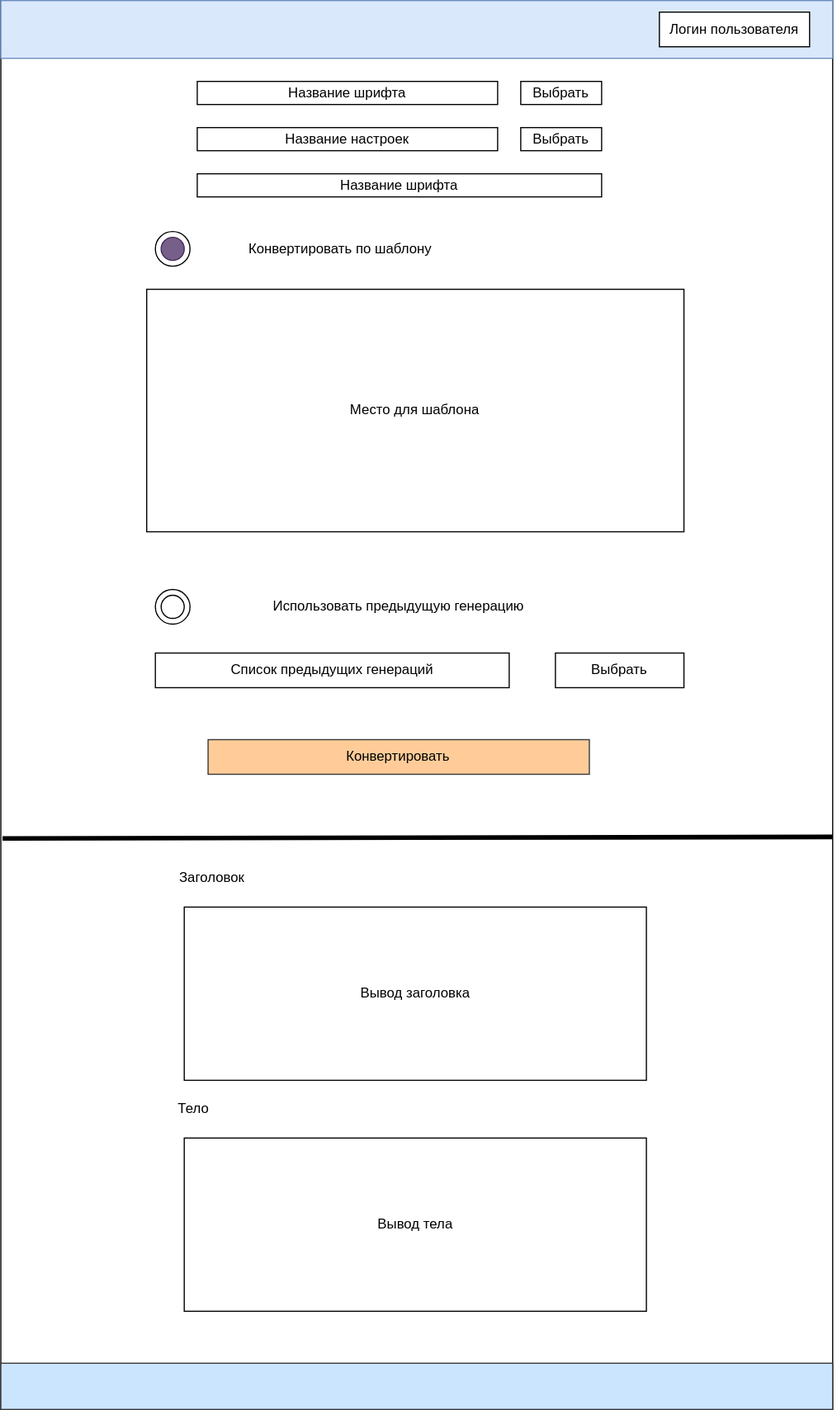
Above: docs/img/converter_view.svg in squeakbug/webcoursework (draw.io), before the change. Source tidied: cells renumbered, new cells last; positions are measured from the earlier drawing's top-left corner, leaving out a move shared by most shapes. Its diagram source:
```xml
<mxGraphModel>
  <root>
    <mxCell id="0" />
    <mxCell id="1" parent="0" />
    <mxCell id="2" style="rounded=0;whiteSpace=wrap;html=1;" parent="1" vertex="1">
      <mxGeometry width="720" height="1220" as="geometry" />
    </mxCell>
    <mxCell id="3" value="Название настроек" style="rounded=0;whiteSpace=wrap;html=1;" parent="1" vertex="1">
      <mxGeometry x="170" y="110" width="260" height="20" as="geometry" />
    </mxCell>
    <mxCell id="4" value="Выбрать" style="rounded=0;whiteSpace=wrap;html=1;" parent="1" vertex="1">
      <mxGeometry x="450" y="110" width="70" height="20" as="geometry" />
    </mxCell>
    <mxCell id="5" value="Название шрифта" style="rounded=0;whiteSpace=wrap;html=1;" parent="1" vertex="1">
      <mxGeometry x="170" y="70" width="260" height="20" as="geometry" />
    </mxCell>
    <mxCell id="6" value="Место для шаблона" style="rounded=0;whiteSpace=wrap;html=1;" parent="1" vertex="1">
      <mxGeometry x="126.2" y="250" width="465" height="210" as="geometry" />
    </mxCell>
    <mxCell id="7" value="Название шрифта" style="rounded=0;whiteSpace=wrap;html=1;" parent="1" vertex="1">
      <mxGeometry x="170" y="150" width="350" height="20" as="geometry" />
    </mxCell>
    <mxCell id="8" value="Выбрать" style="rounded=0;whiteSpace=wrap;html=1;" parent="1" vertex="1">
      <mxGeometry x="450" y="70" width="70" height="20" as="geometry" />
    </mxCell>
    <mxCell id="9" value="Конвертировать" style="rounded=0;whiteSpace=wrap;html=1;fillColor=#ffcc99;strokeColor=#36393d;" parent="1" vertex="1">
      <mxGeometry x="179.4" y="640" width="330" height="30" as="geometry" />
    </mxCell>
    <mxCell id="10" value="Вывод заголовка" style="rounded=0;whiteSpace=wrap;html=1;" parent="1" vertex="1">
      <mxGeometry x="158.8" y="785" width="400" height="150" as="geometry" />
    </mxCell>
    <mxCell id="11" value="Вывод тела" style="rounded=0;whiteSpace=wrap;html=1;" parent="1" vertex="1">
      <mxGeometry x="158.8" y="985" width="400" height="150" as="geometry" />
    </mxCell>
    <mxCell id="12" style="rounded=0;whiteSpace=wrap;html=1;fillColor=#dae8fc;strokeColor=#6c8ebf;" parent="1" vertex="1">
      <mxGeometry width="720" height="50" as="geometry" />
    </mxCell>
    <mxCell id="13" value="Логин пользователя" style="rounded=0;whiteSpace=wrap;html=1;" parent="1" vertex="1">
      <mxGeometry x="570" y="10" width="130" height="30" as="geometry" />
    </mxCell>
    <mxCell id="14" value="Список предыдущих генераций" style="rounded=0;whiteSpace=wrap;html=1;" parent="1" vertex="1">
      <mxGeometry x="133.8" y="565" width="306.2" height="30" as="geometry" />
    </mxCell>
    <mxCell id="15" style="ellipse;whiteSpace=wrap;html=1;" parent="1" vertex="1">
      <mxGeometry x="133.8" y="200" width="30" height="30" as="geometry" />
    </mxCell>
    <mxCell id="16" value="Конвертировать по шаблону" style="text;html=1;strokeColor=none;fillColor=none;align=center;verticalAlign=middle;whiteSpace=wrap;rounded=0;" parent="1" vertex="1">
      <mxGeometry x="188.8" y="200" width="210" height="30" as="geometry" />
    </mxCell>
    <mxCell id="17" style="ellipse;whiteSpace=wrap;html=1;strokeColor=#432D57;fillColor=#76608a;fontColor=#ffffff;" parent="1" vertex="1">
      <mxGeometry x="138.8" y="205" width="20" height="20" as="geometry" />
    </mxCell>
    <mxCell id="18" style="ellipse;whiteSpace=wrap;html=1;" parent="1" vertex="1">
      <mxGeometry x="133.8" y="510" width="30" height="30" as="geometry" />
    </mxCell>
    <mxCell id="19" value="Использовать предыдущую генерацию" style="text;html=1;strokeColor=none;fillColor=none;align=center;verticalAlign=middle;whiteSpace=wrap;rounded=0;" parent="1" vertex="1">
      <mxGeometry x="188.8" y="510" width="311.2" height="30" as="geometry" />
    </mxCell>
    <mxCell id="20" style="ellipse;whiteSpace=wrap;html=1;strokeColor=#000000;fillColor=#FFFFFF;fontColor=#ffffff;" parent="1" vertex="1">
      <mxGeometry x="138.8" y="515" width="20" height="20" as="geometry" />
    </mxCell>
    <mxCell id="21" style="endArrow=none;html=1;rounded=0;exitX=0.002;exitY=0.632;exitDx=0;exitDy=0;exitPerimeter=0;strokeWidth=4;entryX=1;entryY=0.631;entryDx=0;entryDy=0;entryPerimeter=0;" parent="1" edge="1">
      <mxGeometry relative="1" as="geometry">
        <mxPoint x="1.4" y="725.6" as="sourcePoint" />
        <mxPoint x="720" y="724.2" as="targetPoint" />
      </mxGeometry>
    </mxCell>
    <mxCell id="22" style="rounded=0;whiteSpace=wrap;html=1;strokeColor=#36393d;fillColor=#cce5ff;" parent="1" vertex="1">
      <mxGeometry y="1180" width="720" height="40" as="geometry" />
    </mxCell>
    <mxCell id="23" value="Заголовок" style="text;html=1;strokeColor=none;fillColor=none;align=center;verticalAlign=middle;whiteSpace=wrap;rounded=0;" parent="1" vertex="1">
      <mxGeometry x="126.2" y="745" width="113.8" height="30" as="geometry" />
    </mxCell>
    <mxCell id="24" value="Тело" style="text;html=1;strokeColor=none;fillColor=none;align=center;verticalAlign=middle;whiteSpace=wrap;rounded=0;" parent="1" vertex="1">
      <mxGeometry x="110" y="945" width="113.8" height="30" as="geometry" />
    </mxCell>
    <mxCell id="25" value="Выбрать" style="rounded=0;whiteSpace=wrap;html=1;" parent="1" vertex="1">
      <mxGeometry x="480" y="565" width="111.2" height="30" as="geometry" />
    </mxCell>
  </root>
</mxGraphModel>
```
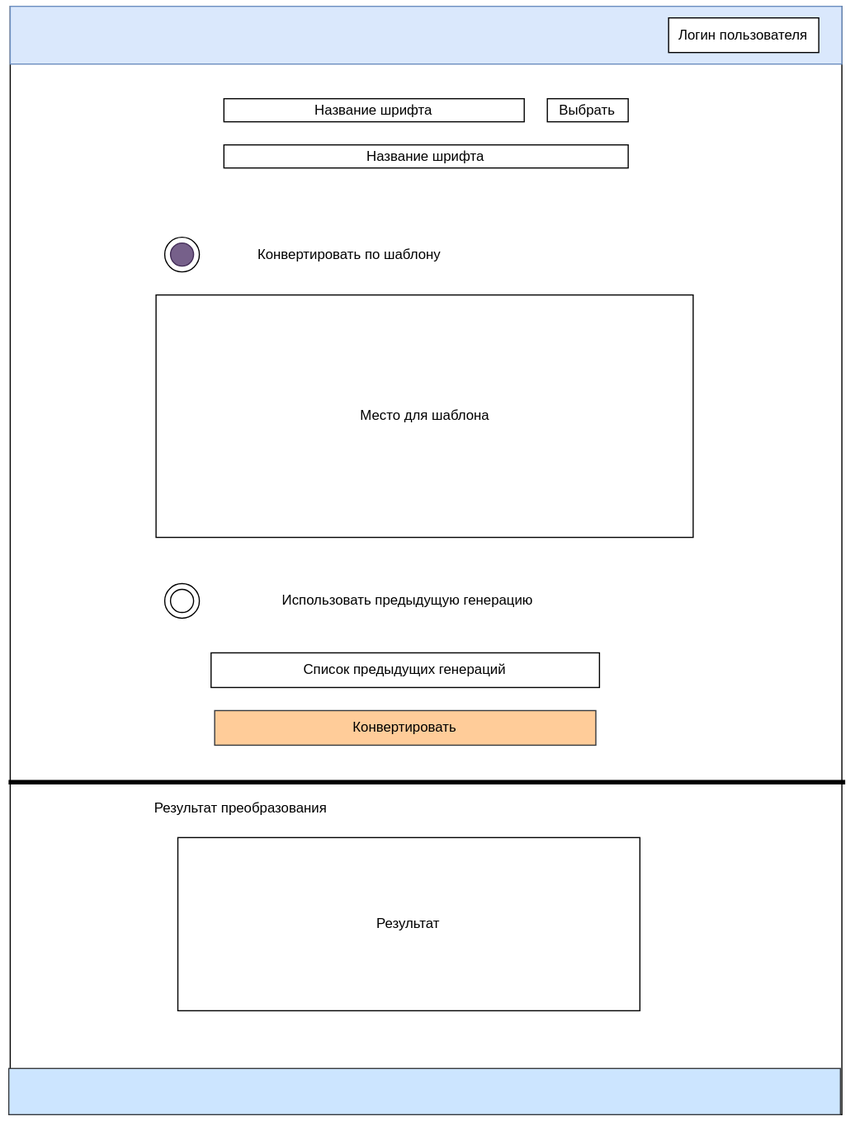
After the commit.

What changed in the source:
```diff
@@ -3,79 +3,61 @@
     <mxCell id="0" />
     <mxCell id="1" parent="0" />
     <mxCell id="2" style="rounded=0;whiteSpace=wrap;html=1;" parent="1" vertex="1">
-      <mxGeometry width="720" height="1220" as="geometry" />
+      <mxGeometry x="-14.8" y="-110" width="720" height="960" as="geometry" />
     </mxCell>
-    <mxCell id="3" value="Название настроек" style="rounded=0;whiteSpace=wrap;html=1;" parent="1" vertex="1">
-      <mxGeometry x="170" y="110" width="260" height="20" as="geometry" />
-    </mxCell>
-    <mxCell id="4" value="Выбрать" style="rounded=0;whiteSpace=wrap;html=1;" parent="1" vertex="1">
-      <mxGeometry x="450" y="110" width="70" height="20" as="geometry" />
-    </mxCell>
     <mxCell id="5" value="Название шрифта" style="rounded=0;whiteSpace=wrap;html=1;" parent="1" vertex="1">
-      <mxGeometry x="170" y="70" width="260" height="20" as="geometry" />
+      <mxGeometry x="170.2" y="-30" width="260" height="20" as="geometry" />
     </mxCell>
     <mxCell id="6" value="Место для шаблона" style="rounded=0;whiteSpace=wrap;html=1;" parent="1" vertex="1">
-      <mxGeometry x="126.2" y="250" width="465" height="210" as="geometry" />
+      <mxGeometry x="111.5" y="140" width="465" height="210" as="geometry" />
     </mxCell>
     <mxCell id="7" value="Название шрифта" style="rounded=0;whiteSpace=wrap;html=1;" parent="1" vertex="1">
-      <mxGeometry x="170" y="150" width="350" height="20" as="geometry" />
+      <mxGeometry x="170.2" y="10" width="350" height="20" as="geometry" />
     </mxCell>
     <mxCell id="8" value="Выбрать" style="rounded=0;whiteSpace=wrap;html=1;" parent="1" vertex="1">
-      <mxGeometry x="450" y="70" width="70" height="20" as="geometry" />
+      <mxGeometry x="450.2" y="-30" width="70" height="20" as="geometry" />
     </mxCell>
     <mxCell id="9" value="Конвертировать" style="rounded=0;whiteSpace=wrap;html=1;fillColor=#ffcc99;strokeColor=#36393d;" parent="1" vertex="1">
-      <mxGeometry x="179.4" y="640" width="330" height="30" as="geometry" />
+      <mxGeometry x="162.2" y="500" width="330" height="30" as="geometry" />
     </mxCell>
-    <mxCell id="10" value="Вывод заголовка" style="rounded=0;whiteSpace=wrap;html=1;" parent="1" vertex="1">
-      <mxGeometry x="158.8" y="785" width="400" height="150" as="geometry" />
-    </mxCell>
-    <mxCell id="11" value="Вывод тела" style="rounded=0;whiteSpace=wrap;html=1;" parent="1" vertex="1">
-      <mxGeometry x="158.8" y="985" width="400" height="150" as="geometry" />
+    <mxCell id="11" value="Результат" style="rounded=0;whiteSpace=wrap;html=1;" parent="1" vertex="1">
+      <mxGeometry x="130.4" y="610" width="400" height="150" as="geometry" />
     </mxCell>
     <mxCell id="12" style="rounded=0;whiteSpace=wrap;html=1;fillColor=#dae8fc;strokeColor=#6c8ebf;" parent="1" vertex="1">
-      <mxGeometry width="720" height="50" as="geometry" />
+      <mxGeometry x="-14.8" y="-110" width="720" height="50" as="geometry" />
     </mxCell>
     <mxCell id="13" value="Логин пользователя" style="rounded=0;whiteSpace=wrap;html=1;" parent="1" vertex="1">
-      <mxGeometry x="570" y="10" width="130" height="30" as="geometry" />
+      <mxGeometry x="555.2" y="-100" width="130" height="30" as="geometry" />
     </mxCell>
     <mxCell id="14" value="Список предыдущих генераций" style="rounded=0;whiteSpace=wrap;html=1;" parent="1" vertex="1">
-      <mxGeometry x="133.8" y="565" width="306.2" height="30" as="geometry" />
+      <mxGeometry x="159.1" y="450" width="336.2" height="30" as="geometry" />
     </mxCell>
     <mxCell id="15" style="ellipse;whiteSpace=wrap;html=1;" parent="1" vertex="1">
-      <mxGeometry x="133.8" y="200" width="30" height="30" as="geometry" />
+      <mxGeometry x="119" y="90" width="30" height="30" as="geometry" />
     </mxCell>
     <mxCell id="16" value="Конвертировать по шаблону" style="text;html=1;strokeColor=none;fillColor=none;align=center;verticalAlign=middle;whiteSpace=wrap;rounded=0;" parent="1" vertex="1">
-      <mxGeometry x="188.8" y="200" width="210" height="30" as="geometry" />
+      <mxGeometry x="174" y="90" width="210" height="30" as="geometry" />
     </mxCell>
     <mxCell id="17" style="ellipse;whiteSpace=wrap;html=1;strokeColor=#432D57;fillColor=#76608a;fontColor=#ffffff;" parent="1" vertex="1">
-      <mxGeometry x="138.8" y="205" width="20" height="20" as="geometry" />
+      <mxGeometry x="124" y="95" width="20" height="20" as="geometry" />
     </mxCell>
     <mxCell id="18" style="ellipse;whiteSpace=wrap;html=1;" parent="1" vertex="1">
-      <mxGeometry x="133.8" y="510" width="30" height="30" as="geometry" />
+      <mxGeometry x="119" y="390" width="30" height="30" as="geometry" />
     </mxCell>
     <mxCell id="19" value="Использовать предыдущую генерацию" style="text;html=1;strokeColor=none;fillColor=none;align=center;verticalAlign=middle;whiteSpace=wrap;rounded=0;" parent="1" vertex="1">
-      <mxGeometry x="188.8" y="510" width="311.2" height="30" as="geometry" />
+      <mxGeometry x="174" y="390" width="311.2" height="30" as="geometry" />
     </mxCell>
     <mxCell id="20" style="ellipse;whiteSpace=wrap;html=1;strokeColor=#000000;fillColor=#FFFFFF;fontColor=#ffffff;" parent="1" vertex="1">
-      <mxGeometry x="138.8" y="515" width="20" height="20" as="geometry" />
+      <mxGeometry x="124" y="395" width="20" height="20" as="geometry" />
     </mxCell>
-    <mxCell id="21" style="endArrow=none;html=1;rounded=0;exitX=0.002;exitY=0.632;exitDx=0;exitDy=0;exitPerimeter=0;strokeWidth=4;entryX=1;entryY=0.631;entryDx=0;entryDy=0;entryPerimeter=0;" parent="1" edge="1">
-      <mxGeometry relative="1" as="geometry">
-        <mxPoint x="1.4" y="725.6" as="sourcePoint" />
-        <mxPoint x="720" y="724.2" as="targetPoint" />
-      </mxGeometry>
+    <mxCell id="21" style="endArrow=none;html=1;rounded=0;exitX=-0.002;exitY=0.7;exitDx=0;exitDy=0;strokeWidth=4;entryX=1.004;entryY=0.7;entryDx=0;entryDy=0;entryPerimeter=0;exitPerimeter=0;" parent="1" edge="1" source="2" target="2">
+      <mxGeometry relative="1" as="geometry" />
     </mxCell>
     <mxCell id="22" style="rounded=0;whiteSpace=wrap;html=1;strokeColor=#36393d;fillColor=#cce5ff;" parent="1" vertex="1">
-      <mxGeometry y="1180" width="720" height="40" as="geometry" />
+      <mxGeometry x="-16" y="810" width="720" height="40" as="geometry" />
     </mxCell>
-    <mxCell id="23" value="Заголовок" style="text;html=1;strokeColor=none;fillColor=none;align=center;verticalAlign=middle;whiteSpace=wrap;rounded=0;" parent="1" vertex="1">
-      <mxGeometry x="126.2" y="745" width="113.8" height="30" as="geometry" />
-    </mxCell>
-    <mxCell id="24" value="Тело" style="text;html=1;strokeColor=none;fillColor=none;align=center;verticalAlign=middle;whiteSpace=wrap;rounded=0;" parent="1" vertex="1">
-      <mxGeometry x="110" y="945" width="113.8" height="30" as="geometry" />
+    <mxCell id="24" value="Результат преобразования" style="text;html=1;strokeColor=none;fillColor=none;align=center;verticalAlign=middle;whiteSpace=wrap;rounded=0;" parent="1" vertex="1">
+      <mxGeometry x="95.2" y="570" width="180" height="30" as="geometry" />
     </mxCell>
-    <mxCell id="25" value="Выбрать" style="rounded=0;whiteSpace=wrap;html=1;" parent="1" vertex="1">
-      <mxGeometry x="480" y="565" width="111.2" height="30" as="geometry" />
-    </mxCell>
   </root>
 </mxGraphModel>
```
